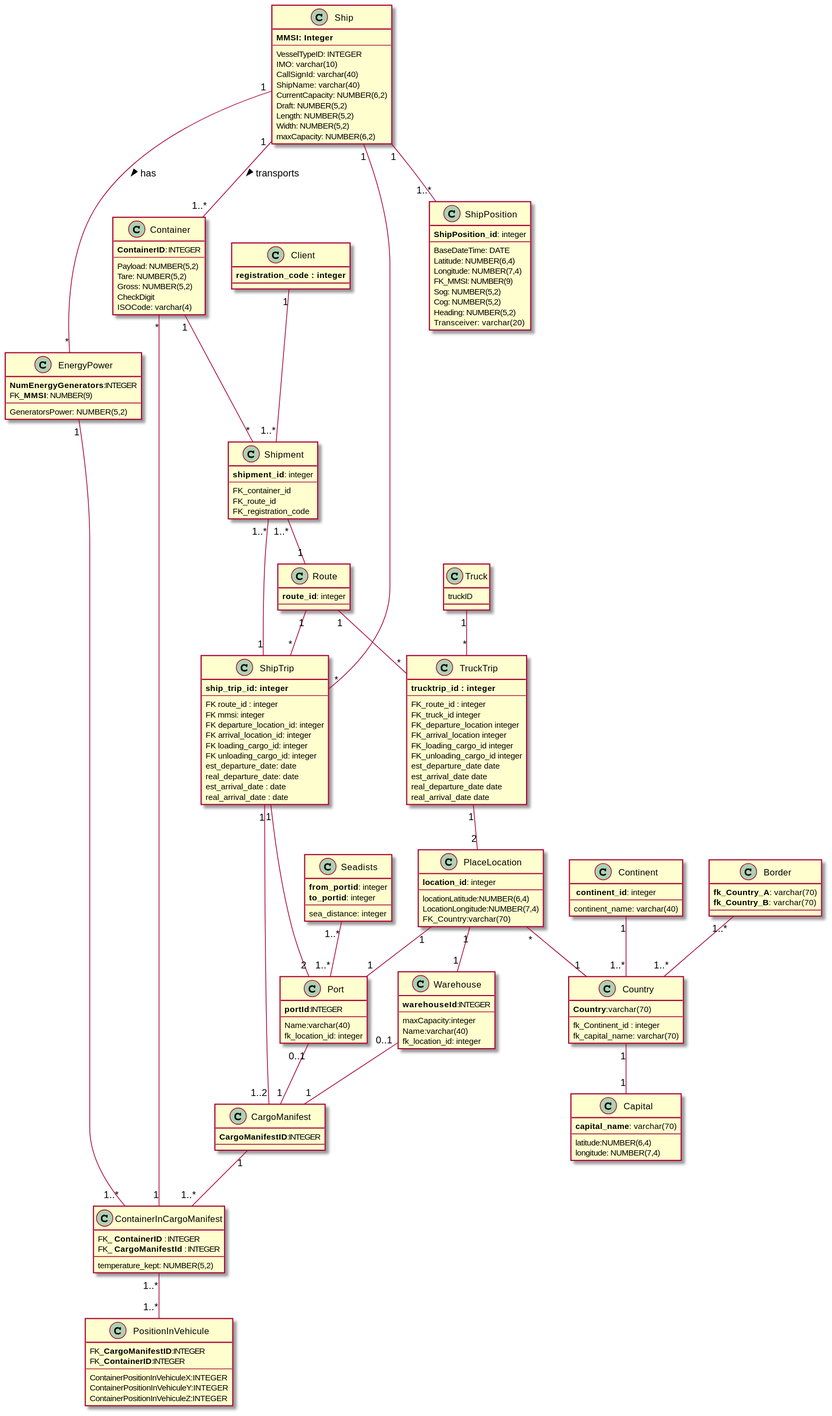
Before: docs/Sprint 3/DataModel/Data_Model_Physical.svg, a diagram exported from PlantUML (ana-albergaria/LAPR3-ISEP).
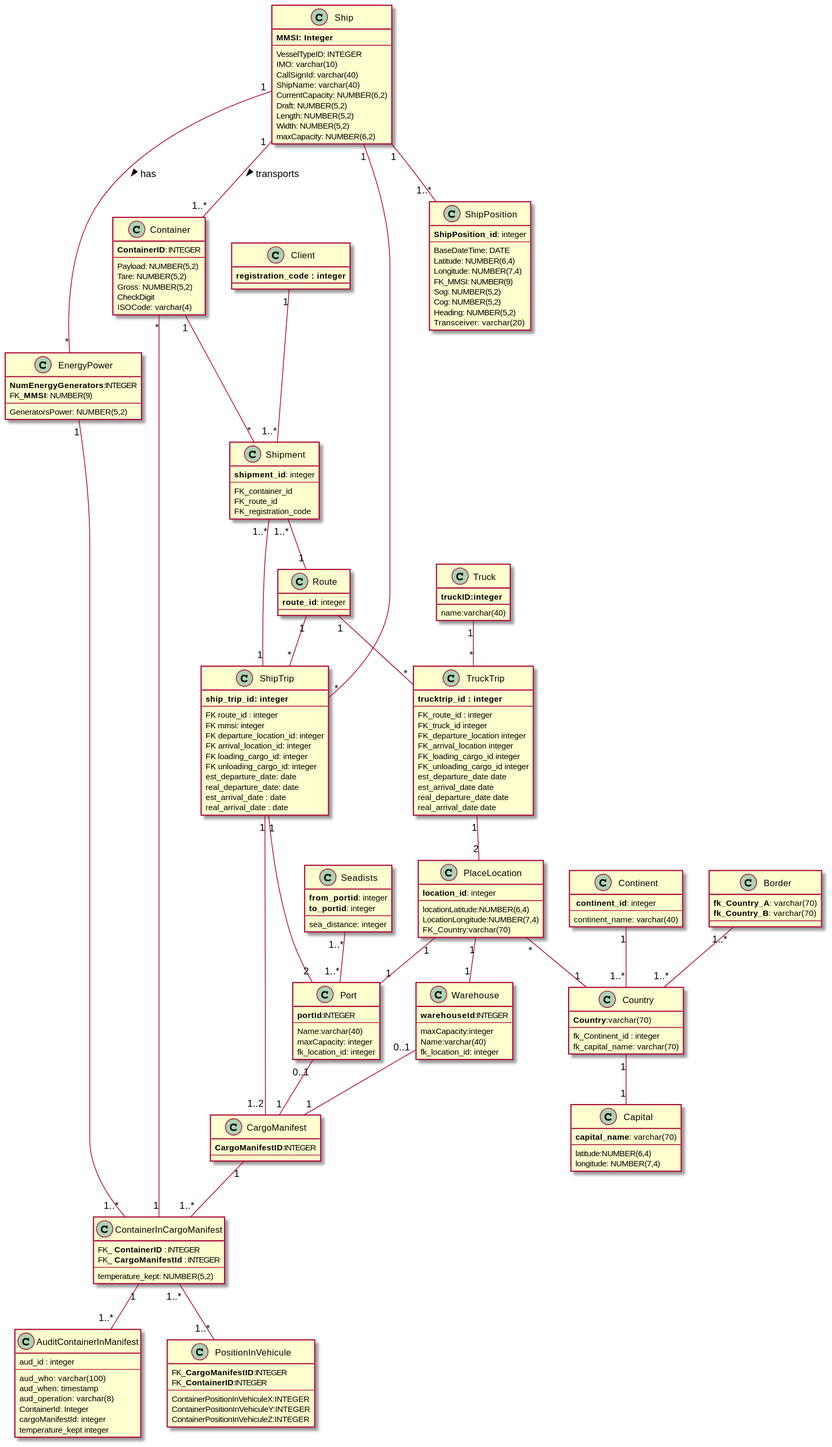
The same file after the commit.

Commit message:
GENERAL: Updated data model.

What changed in the source:
```diff
@@ -1,6 +1,16 @@
 @startuml
 
 
+class AuditContainerInManifest{
+    aud_id : integer
+    ---
+    aud_who: varchar(100)
+    aud_when: timestamp
+    aud_operation: varchar(8)
+    ContainerId: Integer
+    cargoManifestId: integer
+    temperature_kept integer
+}
 
 class Ship{
     **MMSI: Integer**
@@ -89,6 +99,7 @@
     **portId**:INTEGER
     ---
     Name:varchar(40)
+    maxCapacity: integer
     fk_location_id: integer
 }
 
@@ -157,7 +168,8 @@
 
 
 class Truck{
-    truckID
+    **truckID:integer**
+    name:varchar(40)
 }
 
 class Client {
@@ -212,4 +224,6 @@
 Truck "1" -- "*" TruckTrip
 TruckTrip "1" -- "2" PlaceLocation
 
+ContainerInCargoManifest "1" -- "1..*" AuditContainerInManifest
+
 @enduml
```
